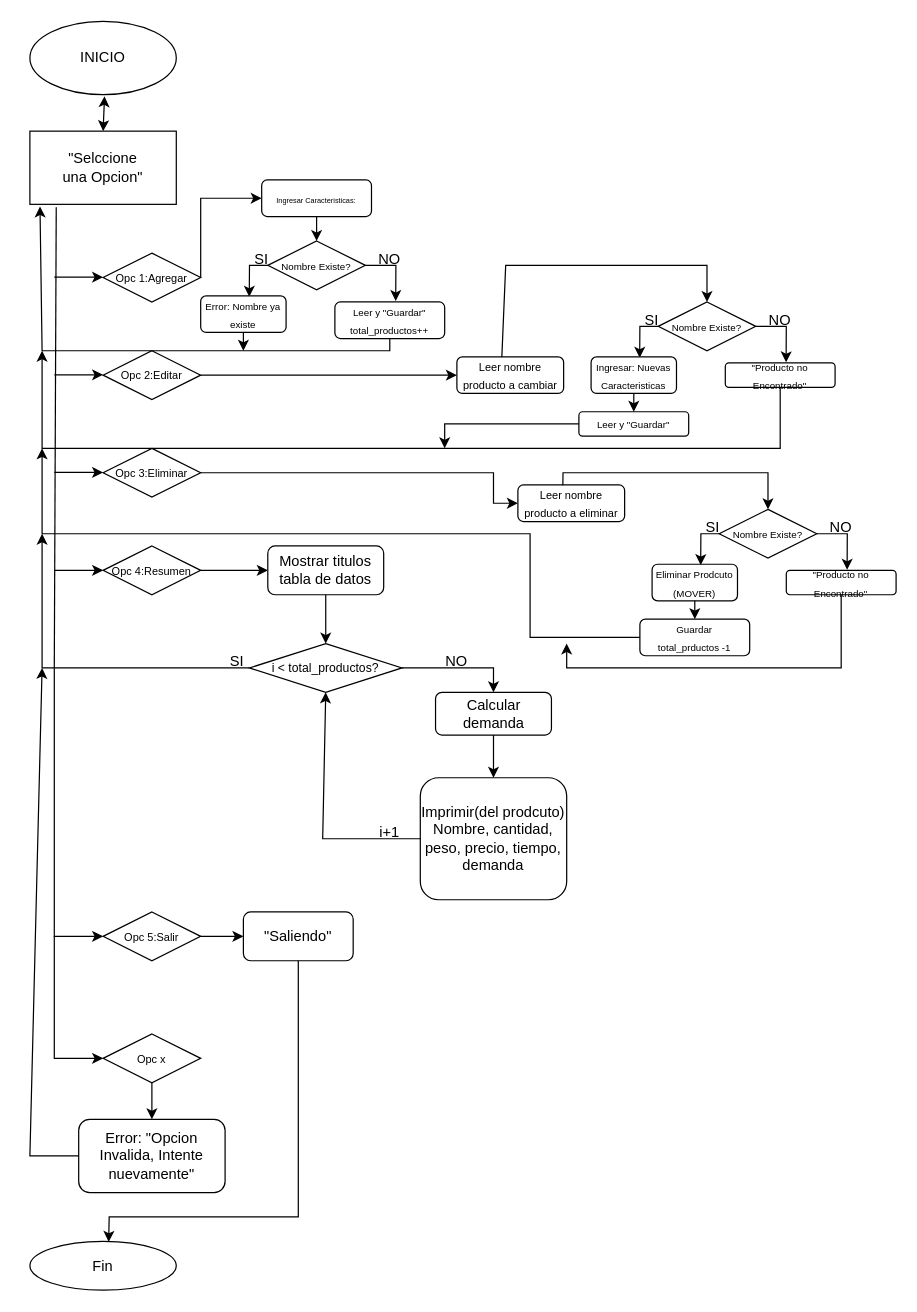
Before: 1.drawio in SantiagoAndradeUDLA/S8TALLERMAIN_MAIN, a draw.io diagram. Source tidied: cells renumbered, new cells numbered last; positions are measured from the earlier drawing's top-left corner, leaving out a move shared by most shapes. Both pictures are drawn from the tidied source at 122%, with x=0, y=0 at pixel (29, 21).
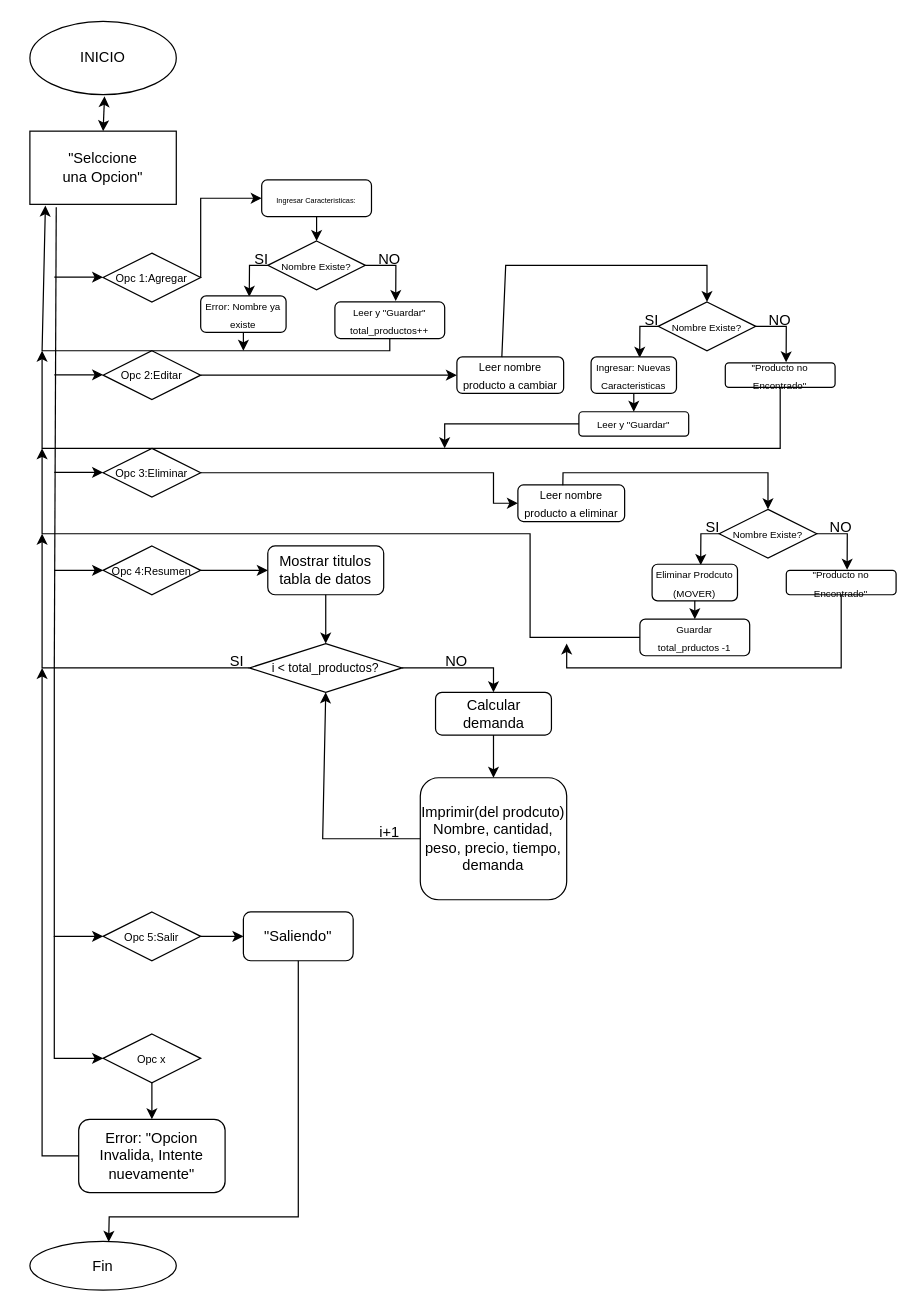
After the change.

Unchanged cells that the change refers to:
```xml
<mxCell id="4" value="&quot;Selccione&lt;div&gt;una Opcion&quot;&lt;/div&gt;" style="rounded=0;whiteSpace=wrap;html=1;" parent="1" vertex="1">
  <mxGeometry y="90" width="120" height="60" as="geometry" />
</mxCell>
<mxCell id="19" value="&lt;font style=&quot;font-size: 8px;&quot;&gt;Leer y &quot;Guardar&quot;&lt;/font&gt;&lt;div&gt;&lt;font style=&quot;font-size: 8px;&quot;&gt;total_productos++&lt;/font&gt;&lt;/div&gt;" style="rounded=1;whiteSpace=wrap;html=1;" parent="1" vertex="1">
  <mxGeometry x="250" y="230" width="90" height="30" as="geometry" />
</mxCell>
<mxCell id="75" value="Error: &quot;Opcion Invalida, Intente nuevamente&quot;" style="rounded=1;whiteSpace=wrap;html=1;" parent="1" vertex="1">
  <mxGeometry x="40" y="900" width="120" height="60" as="geometry" />
</mxCell>
```

Change to the diagram source:
```diff
@@
-    <mxCell id="29" style="endArrow=classic;html=1;rounded=0;exitX=0.5;exitY=1;exitDx=0;exitDy=0;entryX=0.069;entryY=1.029;entryDx=0;entryDy=0;entryPerimeter=0;" parent="1" edge="1" source="19" target="4">
+    <mxCell id="29" style="endArrow=classic;html=1;rounded=0;exitX=0.5;exitY=1;exitDx=0;exitDy=0;entryX=0.106;entryY=1.017;entryDx=0;entryDy=0;entryPerimeter=0;" parent="1" edge="1" source="19" target="4">
       <mxGeometry relative="1" as="geometry">
         <Array as="points">
           <mxPoint x="295" y="270" />
           <mxPoint x="10" y="270" />
         </Array>
       </mxGeometry>
     </mxCell>
@@
     <mxCell id="77" style="endArrow=classic;html=1;rounded=0;exitX=0;exitY=0.5;exitDx=0;exitDy=0;" parent="1" edge="1" source="75">
       <mxGeometry relative="1" as="geometry">
         <mxPoint x="10" y="530" as="targetPoint" />
         <Array as="points">
-          <mxPoint y="930" />
+          <mxPoint x="10" y="930" />
         </Array>
       </mxGeometry>
     </mxCell>
```
